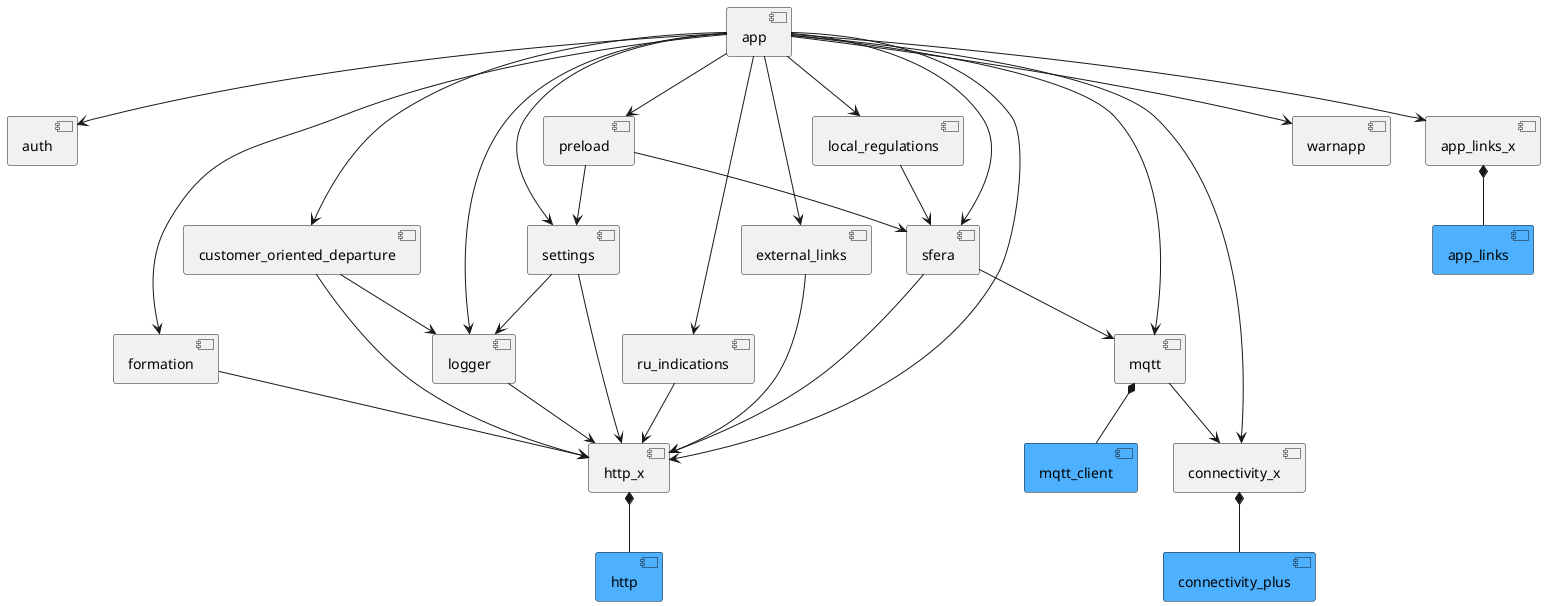
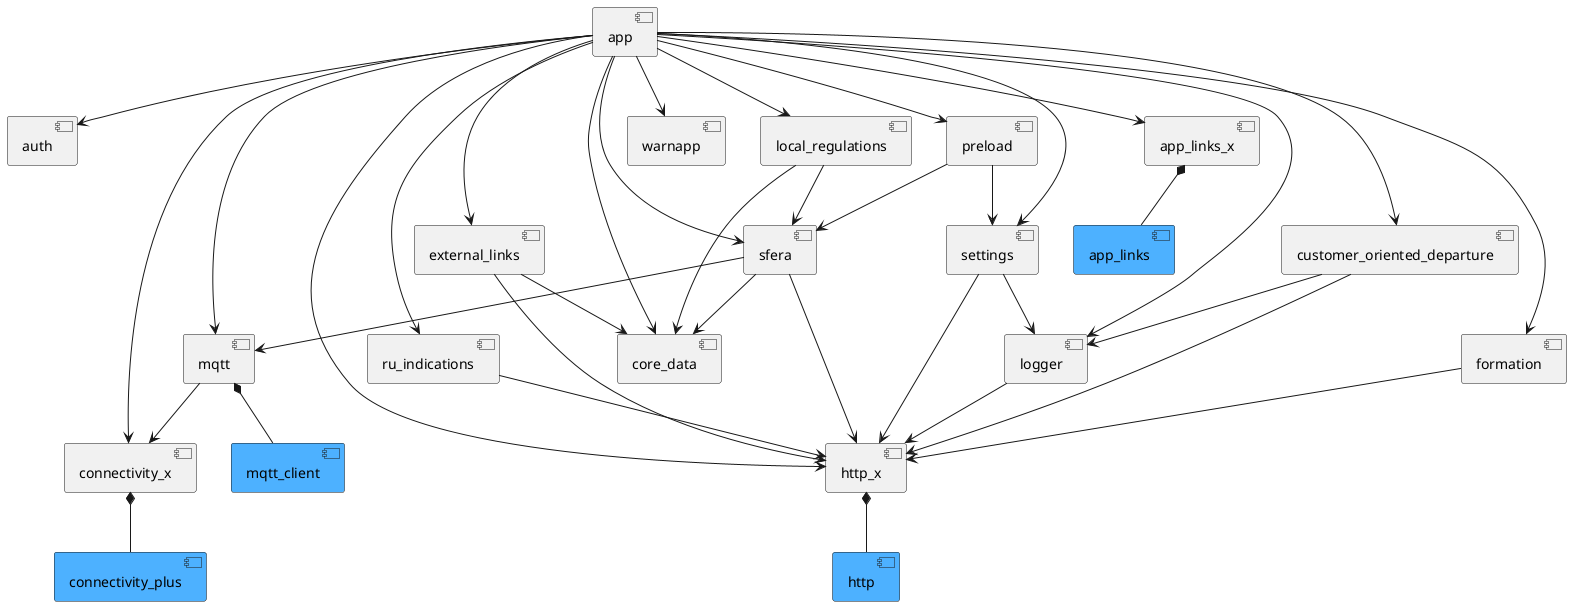
@startuml components

component app
component auth
component logger
component formation
component sfera
component mqtt
component connectivity_x
component local_regulations
component settings
component warnapp
component mqtt_client #4DB1FF
component http_x
component http #4DB1FF
component connectivity_plus #4DB1FF
component app_links #4DB1FF
component app_links_x
component preload
component customer_oriented_departure
component ru_indications
component external_links
+ component core_data

app --> auth
app --> sfera
app --> mqtt
app --> connectivity_x
app --> local_regulations
app --> settings
app --> warnapp
app --> logger
app --> http_x
app --> formation
app --> app_links_x
app --> preload
app --> customer_oriented_departure
app --> ru_indications
app --> external_links
+ app --> core_data

settings --> http_x
settings --> logger

formation --> http_x

customer_oriented_departure --> http_x
customer_oriented_departure --> logger

logger --> http_x

sfera --> mqtt
sfera --> http_x
+ sfera --> core_data

local_regulations --> sfera
+ local_regulations --> core_data

http_x *-- http

mqtt --> connectivity_x
mqtt *-- mqtt_client

connectivity_x *-- connectivity_plus

app_links_x *-- app_links

preload --> settings
preload --> sfera

ru_indications --> http_x

external_links --> http_x
+ external_links --> core_data

@enduml